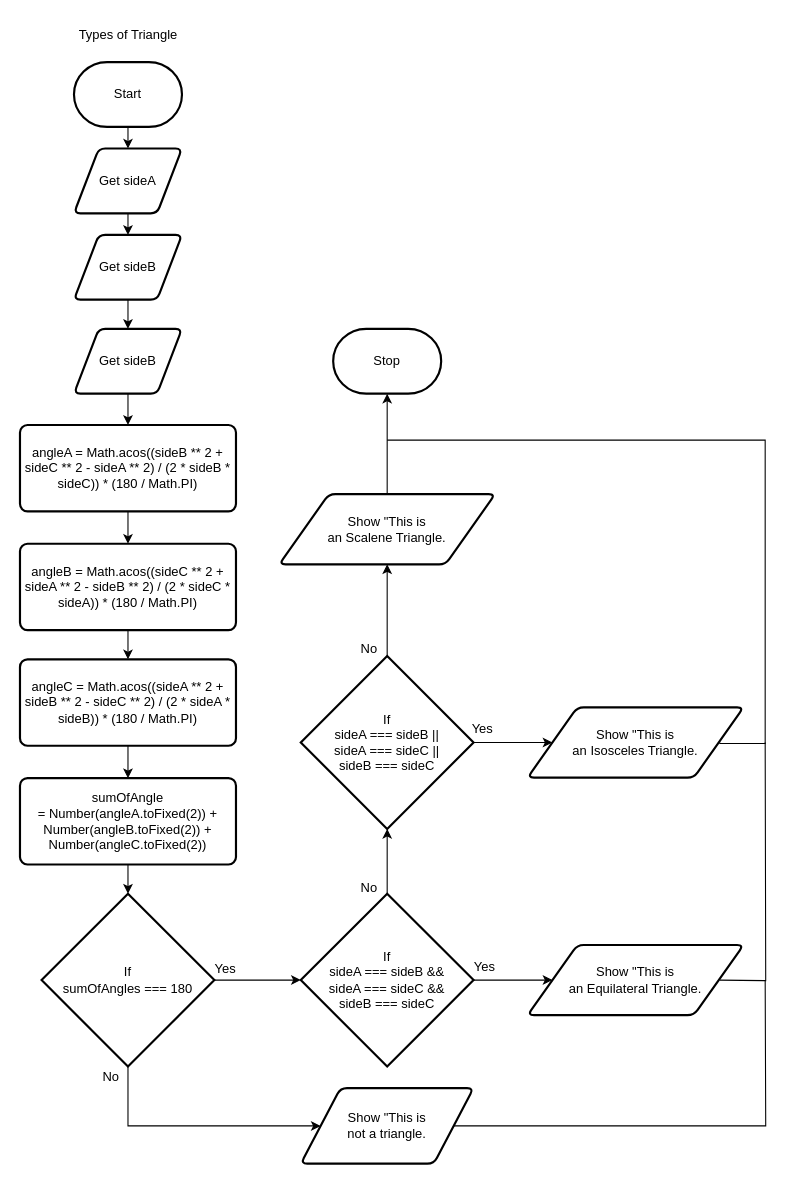
Earlier version of the draw.io diagram design/flowchart.drawio (MTHS-ICD2O-1-2024/ICD2O-Unit-5-05-Ain-Jeong). Source tidied: cells renumbered, new cells numbered last; positions are measured from the earlier drawing's top-left corner, leaving out a move shared by most shapes. Both pictures are drawn from the tidied source at 108%, with x=0, y=0 at pixel (19, 18).
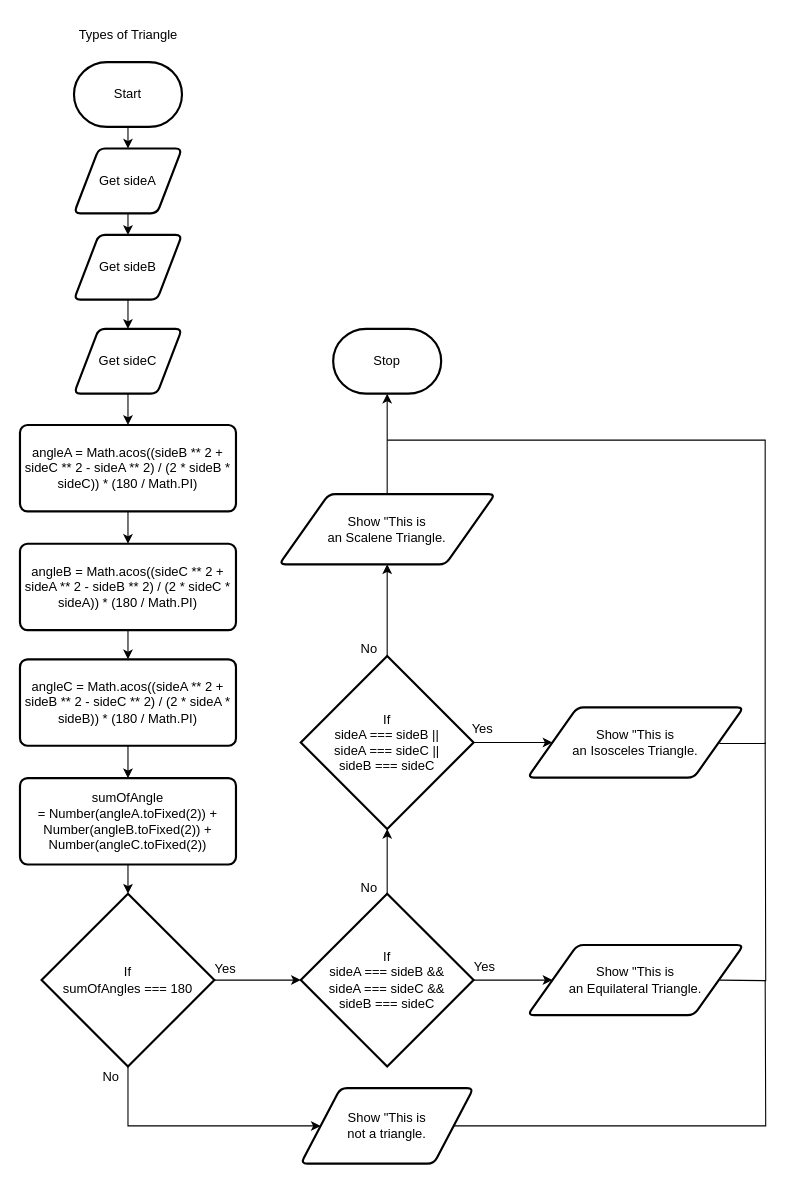
Above is the later version.

What changed in the source:
```diff
@@
-    <mxCell id="10" value="Get sideB" style="shape=parallelogram;html=1;strokeWidth=2;perimeter=parallelogramPerimeter;whiteSpace=wrap;rounded=1;arcSize=12;size=0.23;" parent="1" vertex="1">
+    <mxCell id="10" value="Get sideC" style="shape=parallelogram;html=1;strokeWidth=2;perimeter=parallelogramPerimeter;whiteSpace=wrap;rounded=1;arcSize=12;size=0.23;" parent="1" vertex="1">
       <mxGeometry x="50" y="287" width="100" height="60" as="geometry" />
     </mxCell>
```
